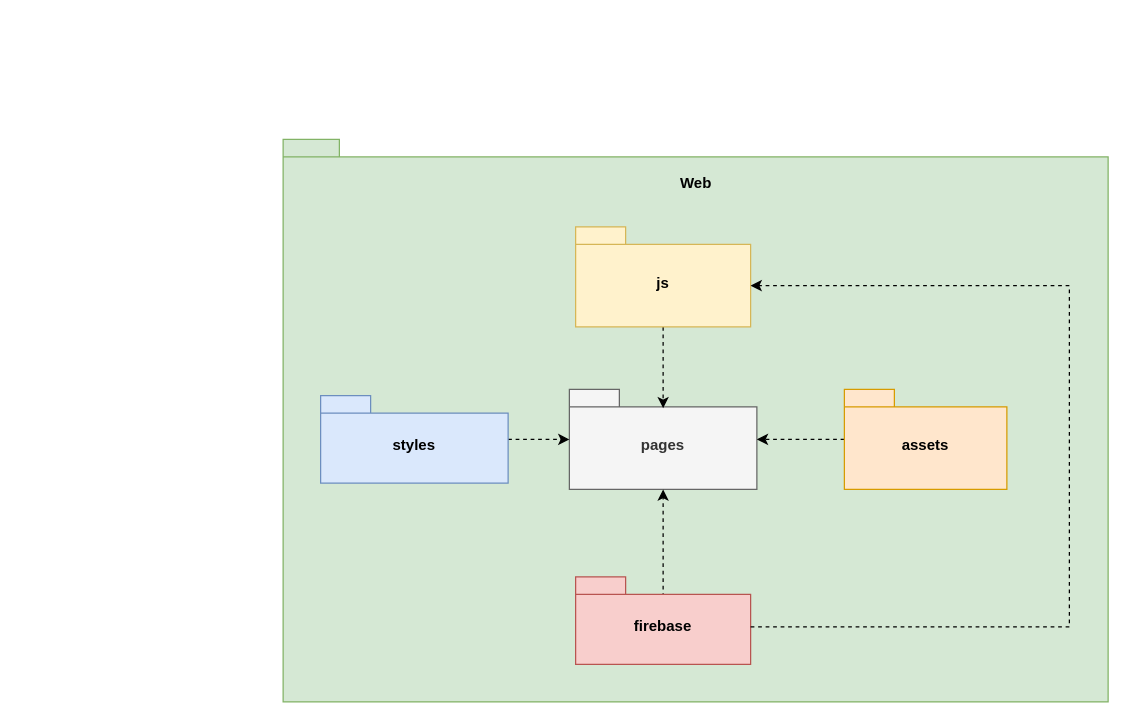
Earlier version of the draw.io diagram doc/diagramas/pacote/diagrama-pacote.drawio (Alicia-Miranda/MasterClass). Source tidied: cells renumbered, new cells numbered last; positions are measured from the earlier drawing's top-left corner, leaving out a move shared by most shapes. Both pictures are drawn from the tidied source at 125%, with x=0, y=0 at pixel (282, 139).
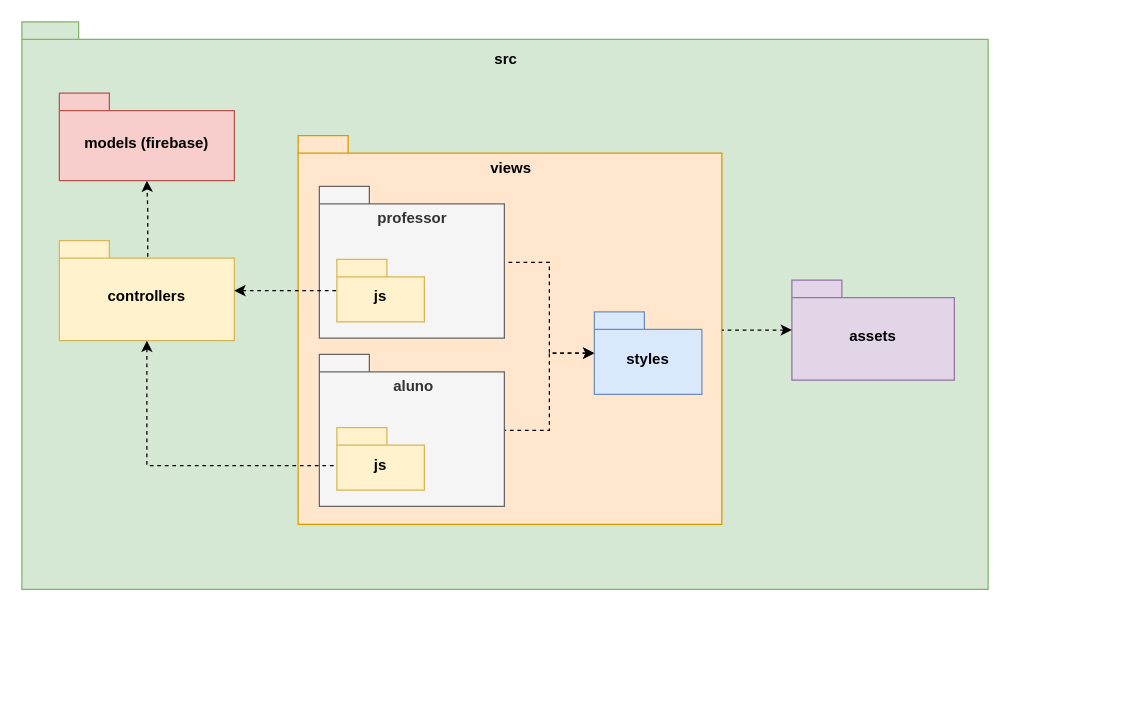
The same page after the edit.

What changed in the source:
```diff
@@
-    <mxCell id="2" style="group;" parent="1" vertex="1">
-      <mxGeometry width="660" height="450" as="geometry" />
-    </mxCell>
-    <mxCell id="3" style="shape=folder;fontStyle=1;spacingTop=10;tabWidth=40;tabHeight=14;tabPosition=left;html=1;whiteSpace=wrap;fillColor=#d5e8d4;strokeColor=#82b366;" parent="2" vertex="1">
-      <mxGeometry width="660" height="450" as="geometry" />
+    <mxCell id="3" style="shape=folder;fontStyle=1;spacingTop=10;tabWidth=40;tabHeight=14;tabPosition=left;html=1;whiteSpace=wrap;fillColor=#d5e8d4;strokeColor=#82b366;" parent="1" vertex="1">
+      <mxGeometry x="-209" y="-94" width="773" height="454" as="geometry" />
     </mxCell>
+    <mxCell id="15" style="edgeStyle=orthogonalEdgeStyle;rounded=0;jettySize=auto;html=1;dashed=1;exitX=0.505;exitY=0.16;exitDx=0;exitDy=0;exitPerimeter=0;" parent="1" edge="1" source="6" target="10">
+      <mxGeometry relative="1" as="geometry" />
+    </mxCell>
+    <mxCell id="6" value="controllers" style="shape=folder;fontStyle=1;spacingTop=10;tabWidth=40;tabHeight=14;tabPosition=left;html=1;whiteSpace=wrap;fillColor=#fff2cc;strokeColor=#d6b656;" parent="1" vertex="1">
+      <mxGeometry x="-179" y="81" width="140" height="80" as="geometry" />
+    </mxCell>
+    <mxCell id="10" value="models (firebase)" style="shape=folder;fontStyle=1;spacingTop=10;tabWidth=40;tabHeight=14;tabPosition=left;html=1;whiteSpace=wrap;fillColor=#f8cecc;strokeColor=#b85450;" parent="1" vertex="1">
+      <mxGeometry x="-179" y="-37" width="140" height="70" as="geometry" />
+    </mxCell>
+    <mxCell id="12" value="assets" style="shape=folder;fontStyle=1;spacingTop=10;tabWidth=40;tabHeight=14;tabPosition=left;html=1;whiteSpace=wrap;fillColor=#e1d5e7;strokeColor=#9673a6;" parent="1" vertex="1">
+      <mxGeometry x="407" y="112.5" width="130" height="80" as="geometry" />
+    </mxCell>
+    <mxCell id="16" style="group;" parent="1" vertex="1">
+      <mxGeometry x="12" y="-3" width="339" height="311" as="geometry" />
+    </mxCell>
-    <mxCell id="4" value="pages" style="shape=folder;fontStyle=1;spacingTop=10;tabWidth=40;tabHeight=14;tabPosition=left;html=1;whiteSpace=wrap;fillColor=#f5f5f5;strokeColor=#666666;fontColor=#333333;" parent="2" vertex="1">
-      <mxGeometry x="229" y="200" width="150" height="80" as="geometry" />
+    <mxCell id="4" style="shape=folder;fontStyle=1;spacingTop=10;tabWidth=40;tabHeight=14;tabPosition=left;html=1;whiteSpace=wrap;fillColor=#ffe6cc;strokeColor=#d79b00;" parent="16" vertex="1">
+      <mxGeometry width="339" height="311" as="geometry" />
     </mxCell>
-    <mxCell id="5" style="edgeStyle=orthogonalEdgeStyle;rounded=0;jettySize=auto;html=1;entryX=0.5;entryY=0.188;entryDx=0;entryDy=0;entryPerimeter=0;dashed=1;" parent="2" edge="1" source="6" target="4">
-      <mxGeometry relative="1" as="geometry" />
-    </mxCell>
-    <mxCell id="6" value="js" style="shape=folder;fontStyle=1;spacingTop=10;tabWidth=40;tabHeight=14;tabPosition=left;html=1;whiteSpace=wrap;fillColor=#fff2cc;strokeColor=#d6b656;" parent="2" vertex="1">
-      <mxGeometry x="234" y="70" width="140" height="80" as="geometry" />
-    </mxCell>
-    <mxCell id="7" style="edgeStyle=orthogonalEdgeStyle;rounded=0;jettySize=auto;html=1;dashed=1;" parent="2" edge="1" source="8" target="4">
-      <mxGeometry relative="1" as="geometry" />
-    </mxCell>
+    <mxCell id="14" value="views" style="text;html=1;align=center;verticalAlign=middle;strokeColor=none;fillColor=none;fontStyle=1;" parent="16" vertex="1">
+      <mxGeometry x="145.5" y="12.5" width="48" height="26" as="geometry" />
+    </mxCell>
+    <mxCell id="17" style="edgeStyle=orthogonalEdgeStyle;rounded=0;jettySize=auto;html=1;dashed=1;startArrow=classic;startFill=1;endArrow=none;endFill=0;" parent="1" edge="1" source="8" target="20">
+      <mxGeometry relative="1" as="geometry" />
+    </mxCell>
+    <mxCell id="18" style="edgeStyle=orthogonalEdgeStyle;rounded=0;jettySize=auto;html=1;dashed=1;startArrow=classic;startFill=1;endArrow=none;endFill=0;" parent="1" edge="1" source="8" target="24">
+      <mxGeometry relative="1" as="geometry" />
+    </mxCell>
-    <mxCell id="8" value="styles" style="shape=folder;fontStyle=1;spacingTop=10;tabWidth=40;tabHeight=14;tabPosition=left;html=1;whiteSpace=wrap;fillColor=#dae8fc;strokeColor=#6c8ebf;" parent="2" vertex="1">
-      <mxGeometry x="30" y="205" width="150" height="70" as="geometry" />
+    <mxCell id="8" value="styles" style="shape=folder;fontStyle=1;spacingTop=10;tabWidth=40;tabHeight=14;tabPosition=left;html=1;whiteSpace=wrap;fillColor=#dae8fc;strokeColor=#6c8ebf;" parent="1" vertex="1">
+      <mxGeometry x="249" y="138" width="86" height="66" as="geometry" />
     </mxCell>
-    <mxCell id="9" style="edgeStyle=orthogonalEdgeStyle;rounded=0;jettySize=auto;html=1;exitX=0.5;exitY=0.229;exitDx=0;exitDy=0;exitPerimeter=0;dashed=1;" parent="2" edge="1" source="10" target="4">
-      <mxGeometry relative="1" as="geometry" />
-    </mxCell>
-    <mxCell id="10" value="firebase" style="shape=folder;fontStyle=1;spacingTop=10;tabWidth=40;tabHeight=14;tabPosition=left;html=1;whiteSpace=wrap;fillColor=#f8cecc;strokeColor=#b85450;" parent="2" vertex="1">
-      <mxGeometry x="234" y="350" width="140" height="70" as="geometry" />
-    </mxCell>
+    <mxCell id="19" style="group;" parent="1" vertex="1">
+      <mxGeometry x="29" y="37.5" width="148" height="121.5" as="geometry" />
+    </mxCell>
+    <mxCell id="20" style="shape=folder;fontStyle=1;spacingTop=10;tabWidth=40;tabHeight=14;tabPosition=left;html=1;whiteSpace=wrap;fillColor=#f5f5f5;strokeColor=#666666;fontColor=#333333;" parent="19" vertex="1">
+      <mxGeometry width="148" height="121.5" as="geometry" />
+    </mxCell>
+    <mxCell id="21" value="&lt;span style=&quot;color: rgb(51, 51, 51); font-weight: 700; text-wrap-mode: wrap;&quot;&gt;professor&lt;/span&gt;" style="text;html=1;align=center;verticalAlign=middle;strokeColor=none;fillColor=none;" parent="19" vertex="1">
+      <mxGeometry x="37.5" y="12.5" width="73" height="26" as="geometry" />
+    </mxCell>
+    <mxCell id="22" value="js" style="shape=folder;fontStyle=1;spacingTop=10;tabWidth=40;tabHeight=14;tabPosition=left;html=1;whiteSpace=wrap;fillColor=#fff2cc;strokeColor=#d6b656;" parent="19" vertex="1">
+      <mxGeometry x="14" y="58.5" width="70" height="50" as="geometry" />
+    </mxCell>
+    <mxCell id="23" style="group;" parent="1" vertex="1">
+      <mxGeometry x="29" y="172" width="148" height="121.5" as="geometry" />
+    </mxCell>
+    <mxCell id="24" style="shape=folder;fontStyle=1;spacingTop=10;tabWidth=40;tabHeight=14;tabPosition=left;html=1;whiteSpace=wrap;fillColor=#f5f5f5;strokeColor=#666666;fontColor=#333333;" parent="23" vertex="1">
+      <mxGeometry width="148" height="121.5" as="geometry" />
+    </mxCell>
+    <mxCell id="25" value="&lt;font color=&quot;#333333&quot;&gt;&lt;span style=&quot;text-wrap-mode: wrap;&quot;&gt;&lt;b&gt;aluno&lt;/b&gt;&lt;/span&gt;&lt;/font&gt;" style="text;html=1;align=center;verticalAlign=middle;strokeColor=none;fillColor=none;" parent="23" vertex="1">
+      <mxGeometry x="49.5" y="12.5" width="50" height="26" as="geometry" />
+    </mxCell>
+    <mxCell id="26" value="js" style="shape=folder;fontStyle=1;spacingTop=10;tabWidth=40;tabHeight=14;tabPosition=left;html=1;whiteSpace=wrap;fillColor=#fff2cc;strokeColor=#d6b656;" parent="23" vertex="1">
+      <mxGeometry x="14" y="58.5" width="70" height="50" as="geometry" />
+    </mxCell>
-    <mxCell id="11" style="edgeStyle=orthogonalEdgeStyle;rounded=0;jettySize=auto;html=1;dashed=1;" parent="2" edge="1" source="12" target="4">
+    <mxCell id="11" style="edgeStyle=orthogonalEdgeStyle;rounded=0;jettySize=auto;html=1;dashed=1;startArrow=classic;startFill=1;endArrow=none;endFill=0;" parent="1" edge="1" source="12" target="4">
       <mxGeometry relative="1" as="geometry" />
     </mxCell>
-    <mxCell id="12" value="assets" style="shape=folder;fontStyle=1;spacingTop=10;tabWidth=40;tabHeight=14;tabPosition=left;html=1;whiteSpace=wrap;fillColor=#ffe6cc;strokeColor=#d79b00;" parent="2" vertex="1">
-      <mxGeometry x="449" y="200" width="130" height="80" as="geometry" />
-    </mxCell>
-    <mxCell id="13" style="edgeStyle=orthogonalEdgeStyle;rounded=0;jettySize=auto;html=1;entryX=0;entryY=0;entryDx=140;entryDy=47;entryPerimeter=0;dashed=1;" parent="2" edge="1" source="10" target="6">
-      <mxGeometry relative="1" as="geometry">
-        <Array as="points">
-          <mxPoint x="629" y="390" />
-          <mxPoint x="629" y="117" />
-        </Array>
-      </mxGeometry>
-    </mxCell>
-    <mxCell id="14" value="Web" style="text;html=1;align=center;verticalAlign=middle;strokeColor=none;fillColor=none;fontStyle=1;" parent="2" vertex="1">
-      <mxGeometry x="305" y="20" width="50" height="30" as="geometry" />
-    </mxCell>
+    <mxCell id="27" style="edgeStyle=orthogonalEdgeStyle;rounded=0;jettySize=auto;html=1;dashed=1;startArrow=classic;startFill=1;endArrow=none;endFill=0;" parent="1" edge="1" source="6" target="26">
+      <mxGeometry relative="1" as="geometry">
+        <Array as="points">
+          <mxPoint x="-109" y="261" />
+        </Array>
+      </mxGeometry>
+    </mxCell>
+    <mxCell id="28" style="edgeStyle=orthogonalEdgeStyle;rounded=0;jettySize=auto;html=1;dashed=1;endArrow=none;endFill=0;startArrow=classic;startFill=1;" parent="1" edge="1" source="6" target="22">
+      <mxGeometry relative="1" as="geometry">
+        <Array as="points">
+          <mxPoint x="-28" y="121" />
+          <mxPoint x="-28" y="121" />
+        </Array>
+      </mxGeometry>
+    </mxCell>
+    <mxCell id="29" value="&lt;b&gt;src&lt;/b&gt;" style="text;html=1;align=center;verticalAlign=middle;strokeColor=none;fillColor=none;" parent="1" vertex="1">
+      <mxGeometry x="159.5" y="-77" width="36" height="26" as="geometry" />
+    </mxCell>
```
